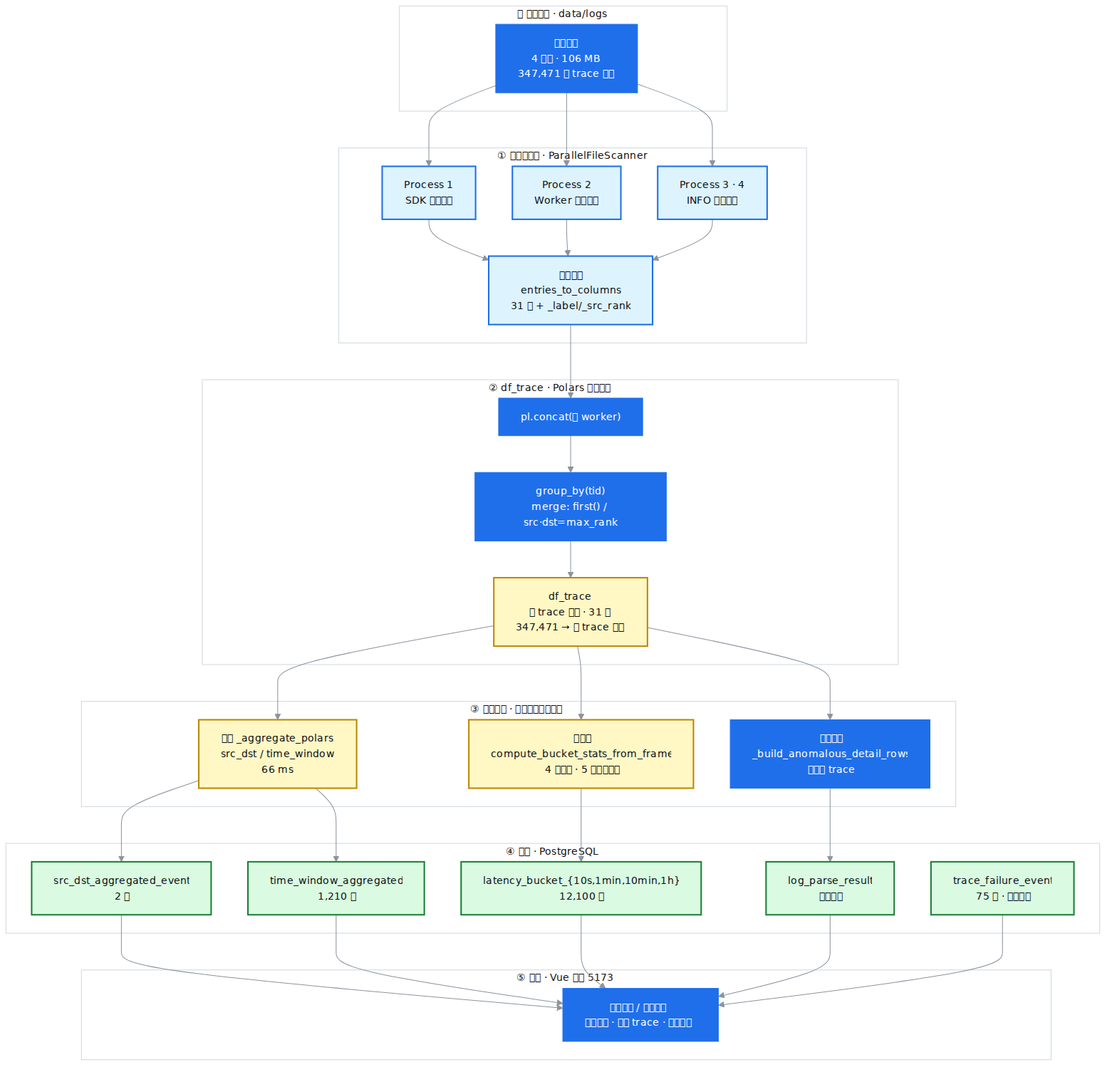
Above: docs/figures/polars-pipeline-architecture.png in openeuler-mirror/witty-ub (Mermaid), before the change. Its source is kept beside it as docs/figures/polars-pipeline-architecture.mmd.
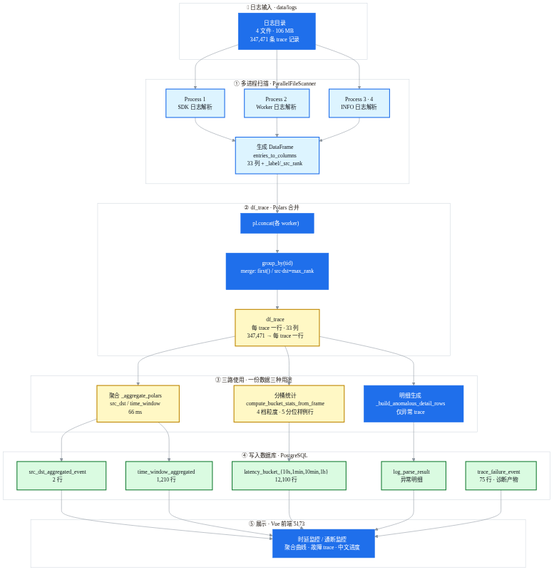
Later version of the same file.

What changed in the source:
```diff
@@ -20,22 +20,22 @@
         P1["Process 1<br/>SDK 日志解析"]
         P2["Process 2<br/>Worker 日志解析"]
         P3["Process 3 · 4<br/>INFO 日志解析"]
-        COL["列式投影<br/>entries_to_columns<br/>31 列 + _label/_src_rank"]
+        COL["生成 DataFrame<br/>entries_to_columns<br/>33 列 + _label/_src_rank"]
     end
 
-    subgraph L2["② df_trace · Polars 列式归并"]
+    subgraph L2["② df_trace · Polars 合并"]
         CONCAT["pl.concat(各 worker)"]
         GROUP["group_by(tid)<br/>merge: first() / src·dst=max_rank"]
-        TRACE["df_trace<br/>每 trace 一行 · 31 列<br/>347,471 → 每 trace 一行"]
+        TRACE["df_trace<br/>每 trace 一行 · 33 列<br/>347,471 → 每 trace 一行"]
     end
 
-    subgraph L3["③ 三路消费 · 一份数据三种视角"]
+    subgraph L3["③ 三路使用 · 一份数据三种用途"]
         AGG["聚合 _aggregate_polars<br/>src_dst / time_window<br/>66 ms"]
-        BUCKET["桶统计<br/>compute_bucket_stats_from_frame<br/>4 档粒度 · 5 分位代表行"]
-        DETAIL["明细物化<br/>_build_anomalous_detail_rows<br/>仅异常 trace"]
+        BUCKET["分桶统计<br/>compute_bucket_stats_from_frame<br/>4 档粒度 · 5 分位样例行"]
+        DETAIL["明细生成<br/>_build_anomalous_detail_rows<br/>仅异常 trace"]
     end
 
-    subgraph L4["④ 落库 · PostgreSQL"]
+    subgraph L4["④ 写入数据库 · PostgreSQL"]
         T1["src_dst_aggregated_event<br/>2 行"]
         T2["time_window_aggregated<br/>1,210 行"]
         T3["latency_bucket_{10s,1min,10min,1h}<br/>12,100 行"]
```
